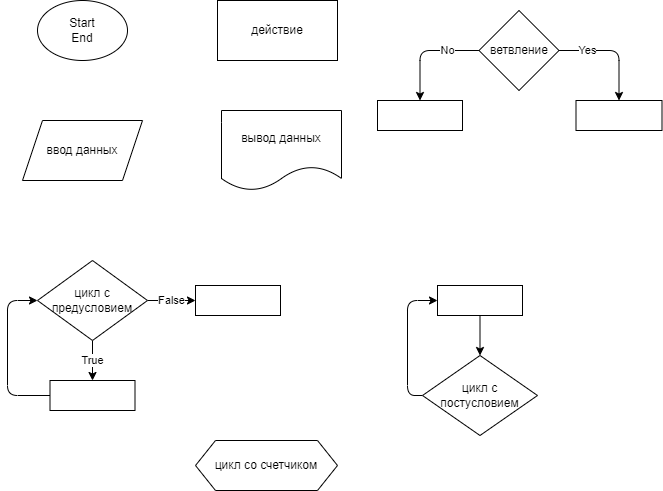
Earlier version of the draw.io export practice_temp/ex000.drawio.png (Morfishka/Practicum). Source tidied: cells renumbered, new cells last; positions are measured from the earlier drawing's top-left corner, leaving out a move shared by most shapes.
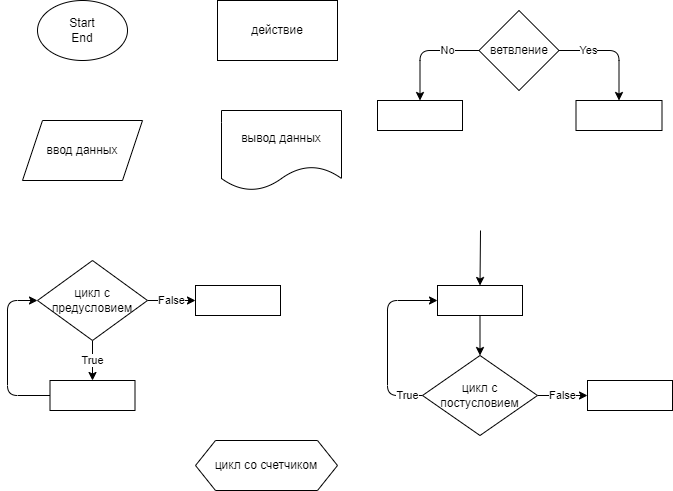
The same file after the commit.

Commit message:
составляющие блок-схем

Diff of the diagram source:
```diff
@@ -60,14 +60,17 @@
     <mxCell id="16" style="whiteSpace=wrap;html=1;" parent="1" vertex="1">
       <mxGeometry x="188" y="285" width="85" height="30" as="geometry" />
     </mxCell>
-    <mxCell id="17" style="edgeStyle=none;html=1;exitX=0;exitY=0.5;exitDx=0;exitDy=0;entryX=0;entryY=0.5;entryDx=0;entryDy=0;" parent="1" edge="1" source="18" target="20">
-      <mxGeometry relative="1" as="geometry">
+    <mxCell id="17" value="True" style="edgeStyle=none;html=1;exitX=0;exitY=0.5;exitDx=0;exitDy=0;entryX=0;entryY=0.5;entryDx=0;entryDy=0;" parent="1" edge="1" source="18" target="20">
+      <mxGeometry x="-0.83" relative="1" as="geometry">
         <Array as="points">
-          <mxPoint x="400" y="395" />
-          <mxPoint x="400" y="300" />
+          <mxPoint x="380" y="395" />
+          <mxPoint x="380" y="300" />
         </Array>
       </mxGeometry>
     </mxCell>
+    <mxCell id="22" value="False" style="edgeStyle=none;html=1;exitX=1;exitY=0.5;exitDx=0;exitDy=0;entryX=0;entryY=0.5;entryDx=0;entryDy=0;" parent="1" edge="1" source="18" target="23">
+      <mxGeometry relative="1" as="geometry" />
+    </mxCell>
     <mxCell id="18" value="цикл с постусловием&lt;br&gt;" style="rhombus;whiteSpace=wrap;html=1;" parent="1" vertex="1">
       <mxGeometry x="415" y="355" width="115" height="80" as="geometry" />
     </mxCell>
@@ -80,5 +83,13 @@
     <mxCell id="21" value="цикл со счетчиком" style="shape=hexagon;perimeter=hexagonPerimeter2;whiteSpace=wrap;html=1;fixedSize=1;" parent="1" vertex="1">
       <mxGeometry x="188" y="440" width="142" height="50" as="geometry" />
     </mxCell>
+    <mxCell id="23" style="whiteSpace=wrap;html=1;" parent="1" vertex="1">
+      <mxGeometry x="580" y="380" width="85" height="30" as="geometry" />
+    </mxCell>
+    <mxCell id="24" style="endArrow=classic;html=1;entryX=0.5;entryY=0;entryDx=0;entryDy=0;" parent="1" edge="1" target="20">
+      <mxGeometry relative="1" as="geometry">
+        <mxPoint x="473" y="230" as="sourcePoint" />
+      </mxGeometry>
+    </mxCell>
   </root>
 </mxGraphModel>
```
